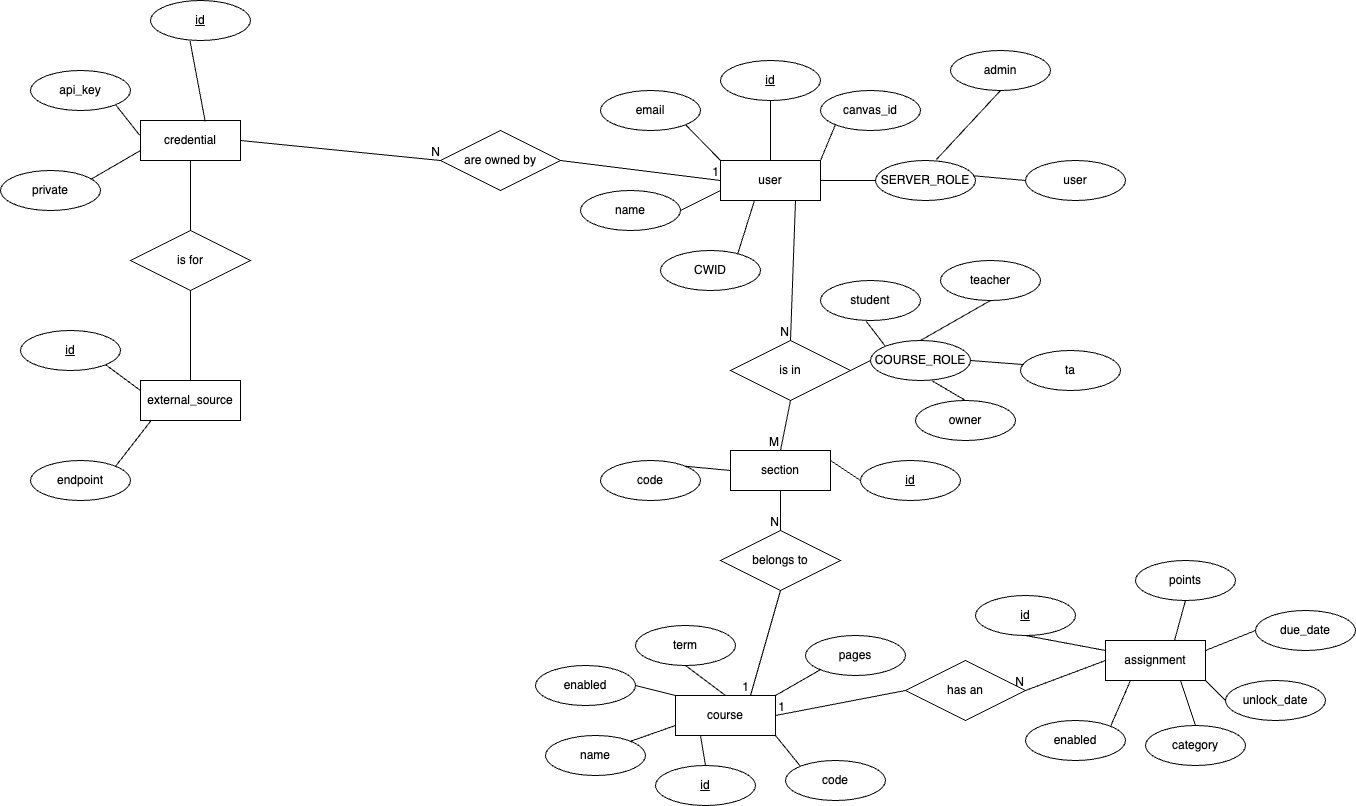
This is docs/erd/erd.drawio.png from CSCI128/packtrain, a draw.io export, as it was before one commit. Source tidied: cells renumbered, new cells last; positions are measured from the earlier drawing's top-left corner, leaving out a move shared by most shapes.
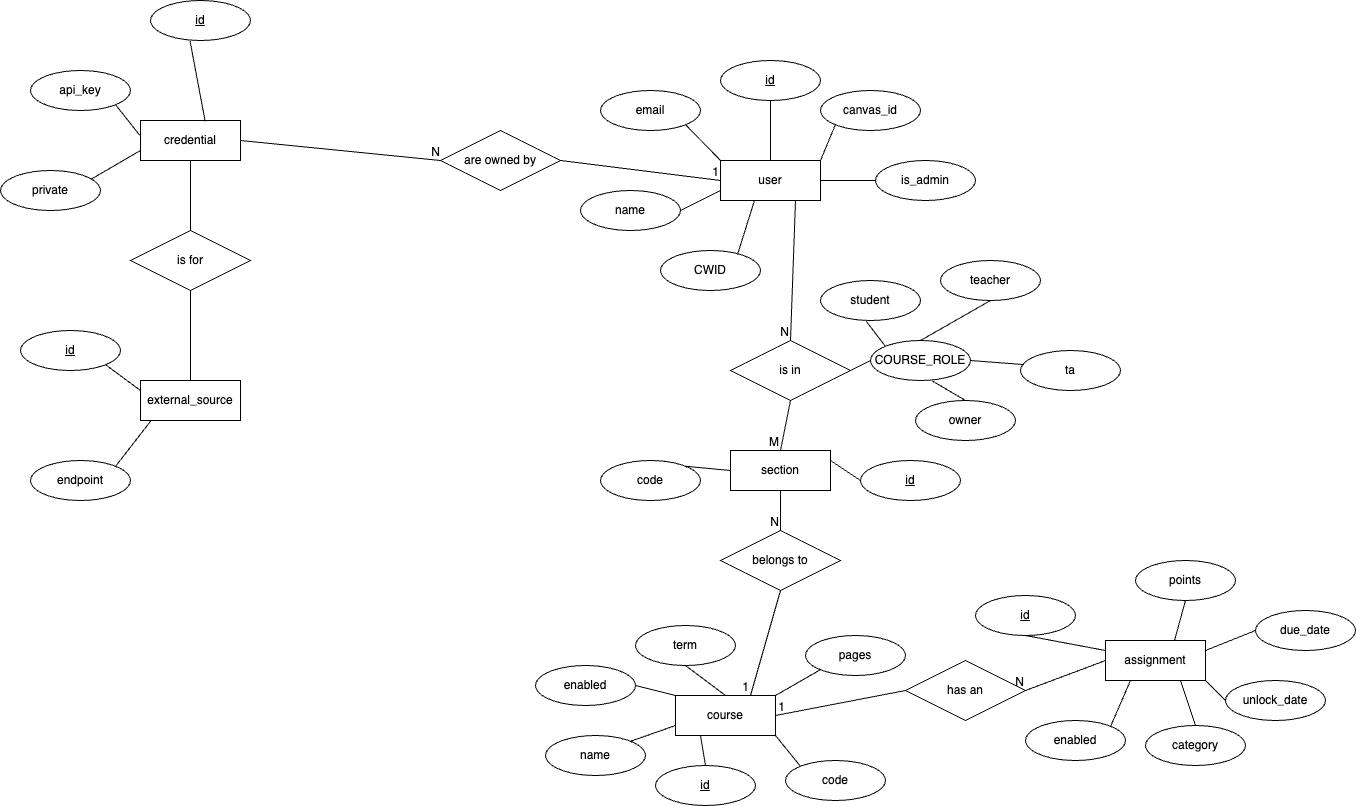
Later version of the same file.

Commit message:
Change SERVER_ROLE attr to is_admin

The edit, as a diff of the source:
```diff
@@ -125,12 +125,6 @@
     <mxCell id="42" style="endArrow=none;html=1;rounded=0;exitX=0.617;exitY=1.009;exitDx=0;exitDy=0;entryX=0.5;entryY=0;entryDx=0;entryDy=0;exitPerimeter=0;" parent="1" edge="1" source="80" target="38">
       <mxGeometry relative="1" as="geometry" />
     </mxCell>
-    <mxCell id="43" value="admin" style="ellipse;whiteSpace=wrap;html=1;align=center;" parent="1" vertex="1">
-      <mxGeometry x="950" y="50" width="100" height="40" as="geometry" />
-    </mxCell>
-    <mxCell id="44" style="endArrow=none;html=1;rounded=0;exitX=0.5;exitY=1;exitDx=0;exitDy=0;entryX=0.611;entryY=-0.028;entryDx=0;entryDy=0;entryPerimeter=0;" parent="1" edge="1" source="43" target="91">
-      <mxGeometry relative="1" as="geometry" />
-    </mxCell>
     <mxCell id="45" value="enabled" style="ellipse;whiteSpace=wrap;html=1;align=center;" parent="1" vertex="1">
       <mxGeometry x="535" y="665" width="100" height="40" as="geometry" />
     </mxCell>
@@ -271,17 +265,11 @@
     <mxCell id="90" style="endArrow=none;html=1;rounded=0;exitX=1;exitY=0;exitDx=0;exitDy=0;entryX=0;entryY=0.5;entryDx=0;entryDy=0;" parent="1" edge="1" source="89" target="79">
       <mxGeometry relative="1" as="geometry" />
     </mxCell>
-    <mxCell id="91" value="SERVER_ROLE" style="ellipse;whiteSpace=wrap;html=1;align=center;" parent="1" vertex="1">
+    <mxCell id="91" value="is_admin" style="ellipse;whiteSpace=wrap;html=1;align=center;" parent="1" vertex="1">
       <mxGeometry x="875" y="160" width="100" height="40" as="geometry" />
     </mxCell>
     <mxCell id="92" style="endArrow=none;html=1;rounded=0;exitX=1;exitY=0.5;exitDx=0;exitDy=0;entryX=0;entryY=0.5;entryDx=0;entryDy=0;" parent="1" edge="1" source="2" target="91">
       <mxGeometry relative="1" as="geometry" />
     </mxCell>
-    <mxCell id="93" value="user" style="ellipse;whiteSpace=wrap;html=1;align=center;" parent="1" vertex="1">
-      <mxGeometry x="1025" y="160" width="100" height="40" as="geometry" />
-    </mxCell>
-    <mxCell id="94" style="endArrow=none;html=1;rounded=0;exitX=0.974;exitY=0.38;exitDx=0;exitDy=0;exitPerimeter=0;entryX=0;entryY=0.5;entryDx=0;entryDy=0;" parent="1" edge="1" source="91" target="93">
-      <mxGeometry relative="1" as="geometry" />
-    </mxCell>
   </root>
 </mxGraphModel>
```
